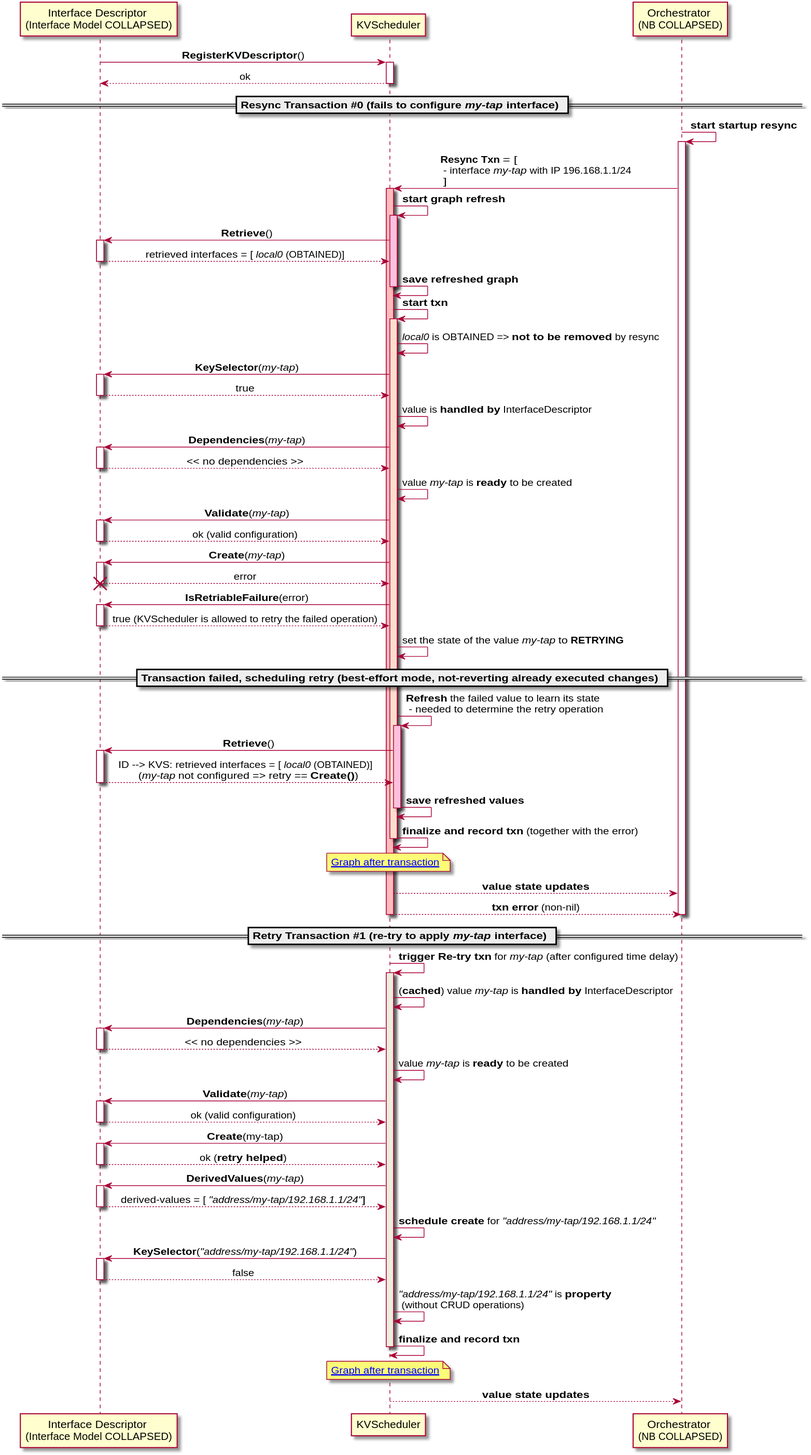
Earlier version of the PlantUML export docs/kvscheduler/cfd/uml/fails_to_add_interface.svg (ligato/vpp-agent).
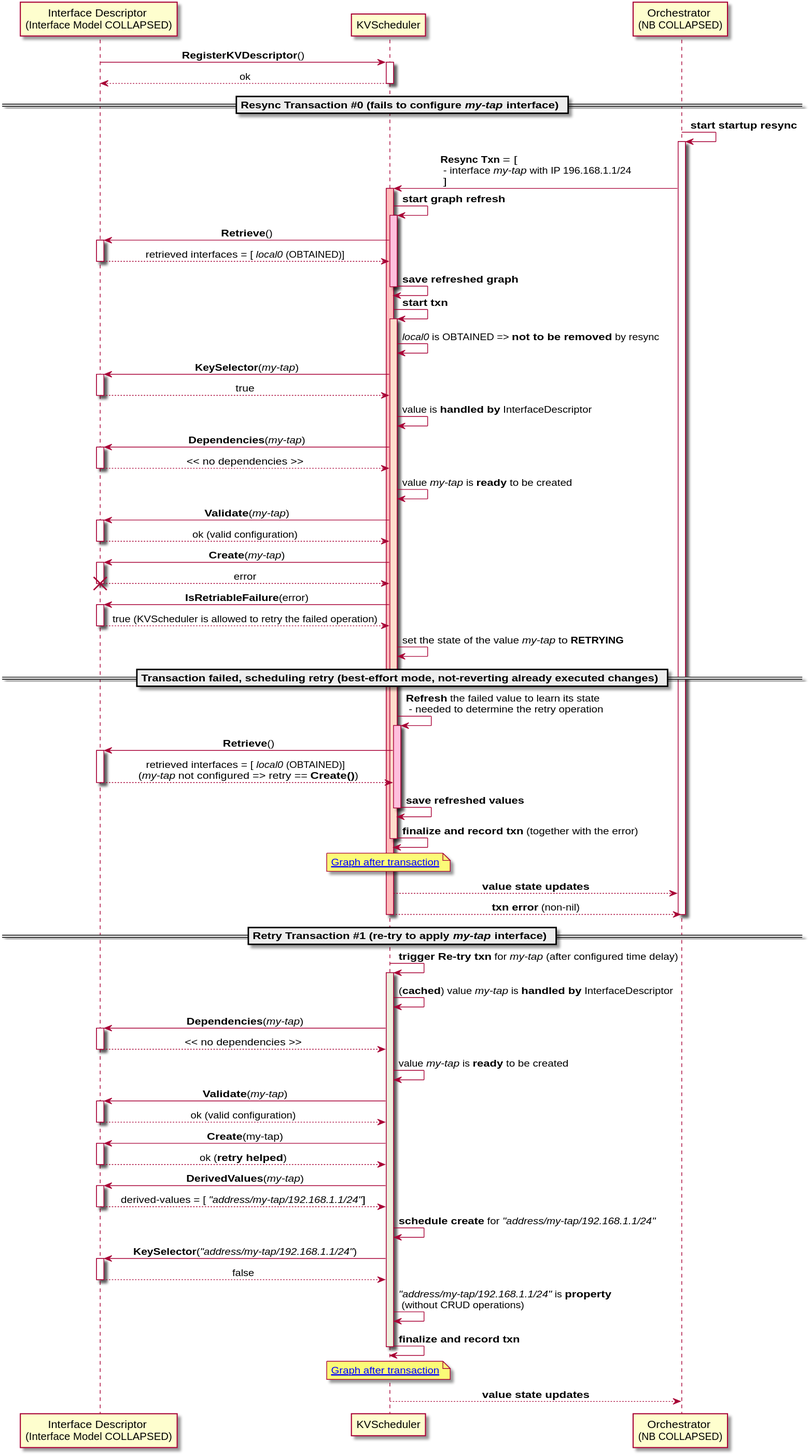
The same diagram one commit later.

What changed in the source:
```diff
@@ -62,7 +62,7 @@
   activate KVS  #FFBFDD
    KVS -> ID: **Retrieve**()
     activate ID
-     ID --> KVS: ID --> KVS: retrieved interfaces = [ //local0// (OBTAINED)] \n (//my-tap// not configured => retry == **Create()**)
+     ID --> KVS: retrieved interfaces = [ //local0// (OBTAINED)] \n (//my-tap// not configured => retry == **Create()**)
     deactivate ID
    KVS -> KVS: **save refreshed values**
   deactivate KVS
```
